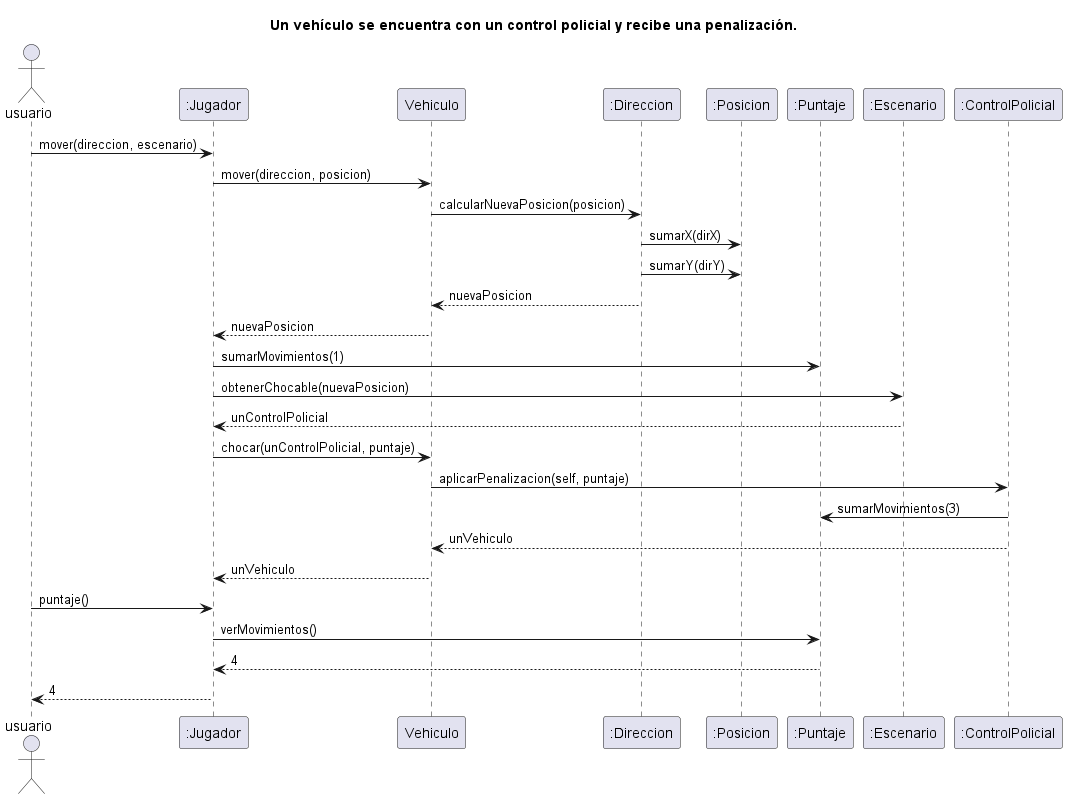
NestorPala/T17-GPSChallenge keeps this PlantUML diagram as diagrams/sequences/vehiculo_choca_control_policial.png. Above is the earlier version. Its source is kept beside it as diagrams/sequences/vehiculo_choca_control_policial.puml. Its diagram source:
```plantuml
@startuml
title Un vehículo se encuentra con un control policial y recibe una penalización.
Actor usuario

"usuario" -> ":Jugador": mover(direccion, escenario)
":Jugador" -> "Vehiculo": mover(direccion, posicion)
"Vehiculo" -> ":Direccion": calcularNuevaPosicion(posicion)
":Direccion" -> ":Posicion": sumarX(dirX)
":Direccion" -> ":Posicion": sumarY(dirY)
":Direccion" --> "Vehiculo": nuevaPosicion
"Vehiculo" --> ":Jugador": nuevaPosicion
":Jugador" -> ":Puntaje": sumarMovimientos(1)
":Jugador" -> ":Escenario": obtenerChocable(nuevaPosicion)
":Escenario" --> ":Jugador": unControlPolicial
":Jugador" -> "Vehiculo": chocar(unControlPolicial, puntaje)
"Vehiculo" -> ":ControlPolicial": aplicarPenalizacion(self, puntaje)
":ControlPolicial" -> ":Puntaje" : sumarMovimientos(3)
":ControlPolicial" --> "Vehiculo" : unVehiculo
"Vehiculo" --> ":Jugador" : unVehiculo

"usuario" -> ":Jugador": puntaje()
":Jugador" -> ":Puntaje": verMovimientos()
return 4
":Jugador" --> "usuario" : 4

@enduml
```
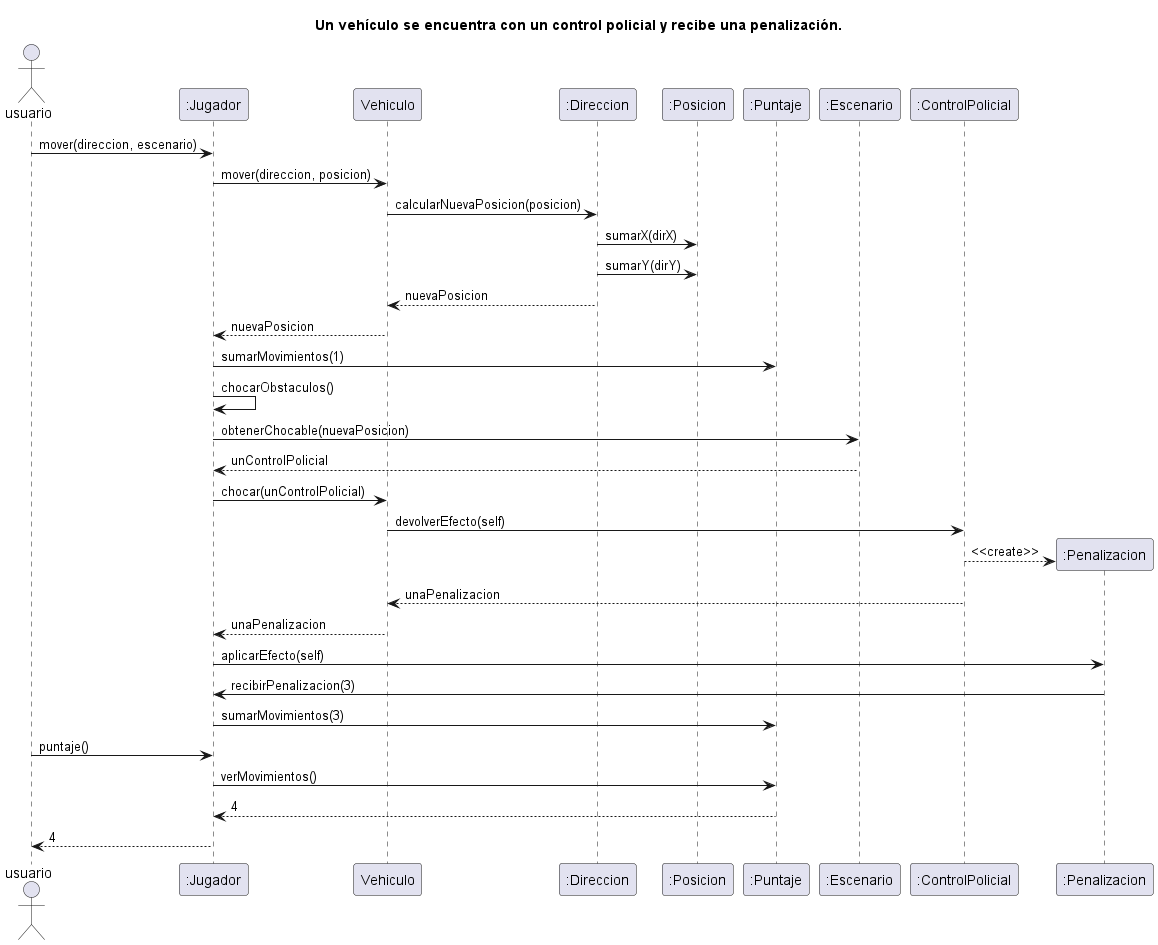
Later version of the same file.

The edit, as a diff of the source:
```diff
@@ -10,13 +10,18 @@
 ":Direccion" --> "Vehiculo": nuevaPosicion
 "Vehiculo" --> ":Jugador": nuevaPosicion
 ":Jugador" -> ":Puntaje": sumarMovimientos(1)
+":Jugador" -> ":Jugador": chocarObstaculos()
 ":Jugador" -> ":Escenario": obtenerChocable(nuevaPosicion)
 ":Escenario" --> ":Jugador": unControlPolicial
-":Jugador" -> "Vehiculo": chocar(unControlPolicial, puntaje)
-"Vehiculo" -> ":ControlPolicial": aplicarPenalizacion(self, puntaje)
-":ControlPolicial" -> ":Puntaje" : sumarMovimientos(3)
-":ControlPolicial" --> "Vehiculo" : unVehiculo
-"Vehiculo" --> ":Jugador" : unVehiculo
+":Jugador" -> "Vehiculo": chocar(unControlPolicial)
+"Vehiculo" -> ":ControlPolicial": devolverEfecto(self)
+create ":Penalizacion"
+":ControlPolicial" --> ":Penalizacion": <<create>>
+":ControlPolicial" --> "Vehiculo" : unaPenalizacion
+"Vehiculo" --> ":Jugador" : unaPenalizacion
+":Jugador" -> ":Penalizacion" : aplicarEfecto(self)
+":Penalizacion" -> ":Jugador" : recibirPenalizacion(3)
+":Jugador" -> ":Puntaje" : sumarMovimientos(3)
 
 "usuario" -> ":Jugador": puntaje()
 ":Jugador" -> ":Puntaje": verMovimientos()
```
